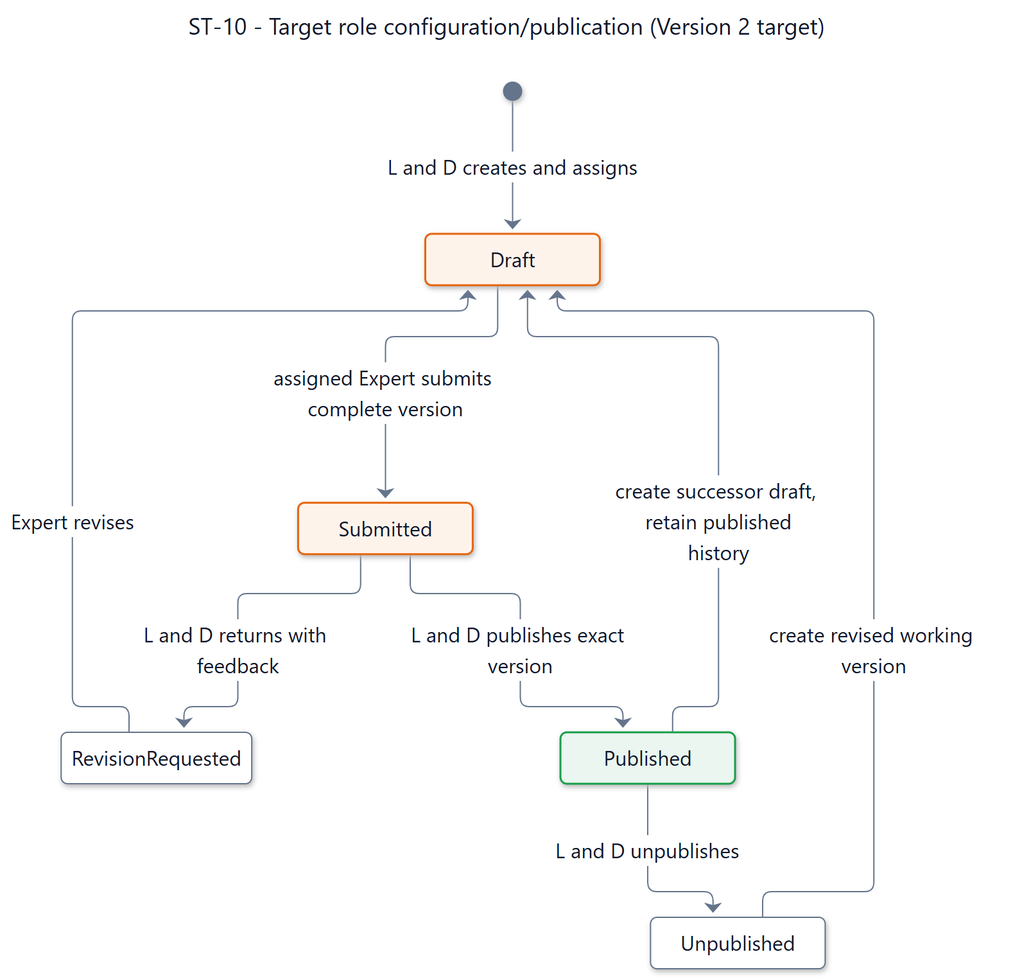
Before: documents/diagrams/mermaid/st-10.png, a diagram exported from Mermaid (SEP490-Fall-2026-GFA26SE64/SEP490). Its source is kept beside it as documents/diagrams/mermaid/st-10.mmd.
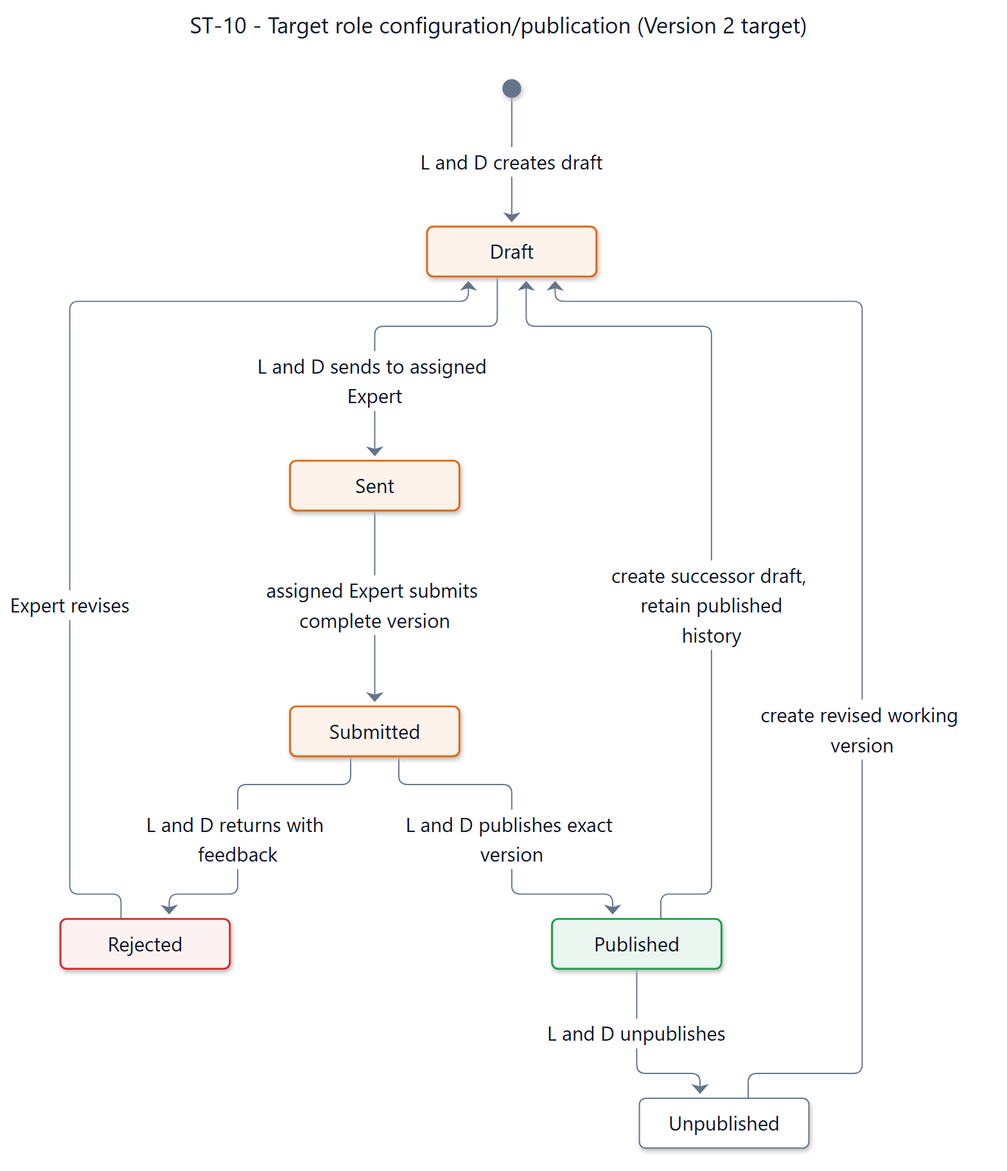
Above is the later version.

What changed in the source:
```diff
@@ -4,14 +4,16 @@
 ---
 stateDiagram-v2
   state "Draft" as SDD_ST_10_Draft
+  state "Sent" as SDD_ST_10_Sent
   state "Submitted" as SDD_ST_10_Submitted
-  state "RevisionRequested" as SDD_ST_10_RevisionRequested
+  state "Rejected" as SDD_ST_10_Rejected
   state "Published" as SDD_ST_10_Published
   state "Unpublished" as SDD_ST_10_Unpublished
-  [*] --> SDD_ST_10_Draft : L and D creates and assigns
-  SDD_ST_10_Draft --> SDD_ST_10_Submitted : assigned Expert submits complete version
-  SDD_ST_10_Submitted --> SDD_ST_10_RevisionRequested : L and D returns with feedback
-  SDD_ST_10_RevisionRequested --> SDD_ST_10_Draft : Expert revises
+  [*] --> SDD_ST_10_Draft : L and D creates draft
+  SDD_ST_10_Draft --> SDD_ST_10_Sent : L and D sends to assigned Expert
+  SDD_ST_10_Sent --> SDD_ST_10_Submitted : assigned Expert submits complete version
+  SDD_ST_10_Submitted --> SDD_ST_10_Rejected : L and D returns with feedback
+  SDD_ST_10_Rejected --> SDD_ST_10_Draft : Expert revises
   SDD_ST_10_Submitted --> SDD_ST_10_Published : L and D publishes exact version
   SDD_ST_10_Published --> SDD_ST_10_Unpublished : L and D unpublishes
   SDD_ST_10_Unpublished --> SDD_ST_10_Draft : create revised working version
@@ -20,5 +22,8 @@
   classDef accepted fill:#eaf6ef,stroke:#1a9e4a,color:#0f1729,stroke-width:1.5px
   class SDD_ST_10_Published accepted
 
+  classDef attention fill:#fdf2f2,stroke:#dc2828,color:#0f1729,stroke-width:1.5px
+  class SDD_ST_10_Rejected attention
+
   classDef working fill:#fef3eb,stroke:#e6650f,color:#0f1729,stroke-width:1.5px
-  class SDD_ST_10_Draft,SDD_ST_10_Submitted working
+  class SDD_ST_10_Draft,SDD_ST_10_Sent,SDD_ST_10_Submitted working
```
